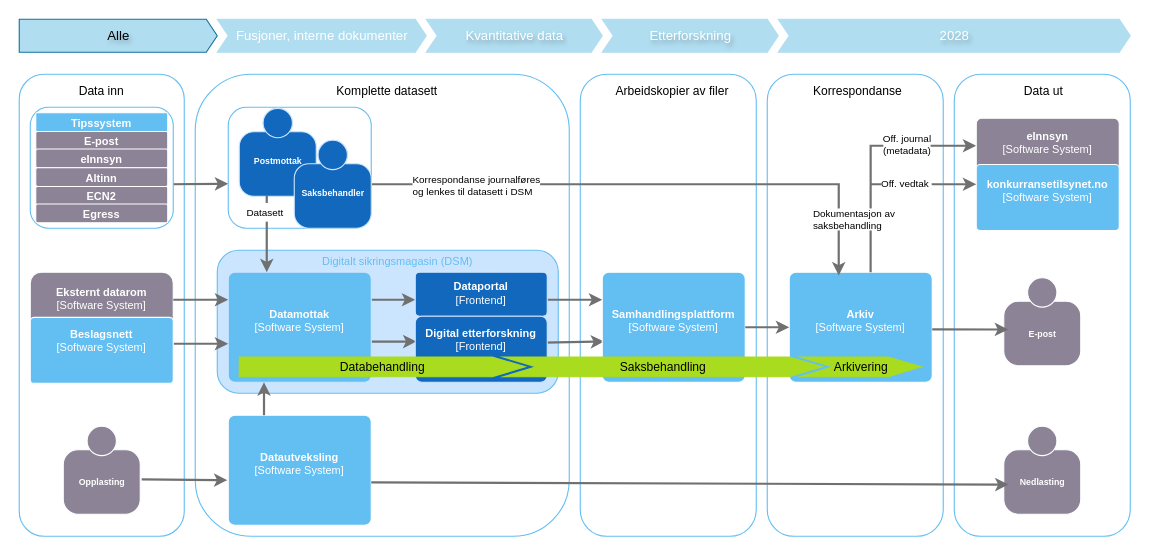
mortenee/draw.io keeps this draw.io diagram as page "2026 Alle" (1 of 8) of dataflyt.drawio. Above is the earlier version. Source tidied: cells renumbered, new cells numbered last; positions are measured from the earlier drawing's top-left corner, leaving out a move shared by most shapes. Both pictures are drawn from the tidied source at 110%, with x=0, y=0 at pixel (19, 19).
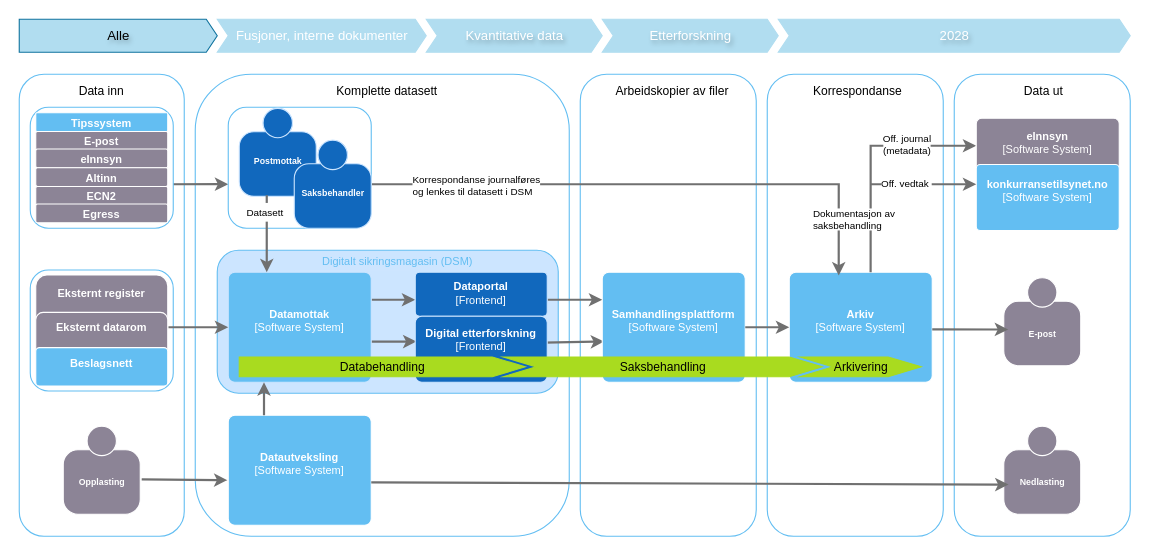
The same page after the edit.

The change refers to these unchanged cells:
```xml
<mxCell id="54" style="rounded=1;whiteSpace=wrap;html=1;labelBorderColor=none;shadow=0;strokeColor=#63BEF2;" parent="1" vertex="1">
  <mxGeometry x="190" y="80" width="130" height="110" as="geometry" />
</mxCell>
```

Change to the diagram source:
```diff
@@
+    <mxCell id="66" style="rounded=1;whiteSpace=wrap;html=1;labelBorderColor=none;shadow=0;strokeColor=#63BEF2;" parent="1" vertex="1">
+      <mxGeometry x="10" y="228" width="130" height="110" as="geometry" />
+    </mxCell>
@@
-    <object id="42" label="&lt;font&gt;&lt;b&gt;%c4Name%&lt;/b&gt;&lt;/font&gt;&lt;div&gt;[%c4Type%]&lt;/div&gt;&lt;br&gt;&lt;div&gt;&lt;font&gt;&lt;font color=&quot;#cccccc&quot;&gt;%c4Description%&lt;/font&gt;&lt;/font&gt;&lt;/div&gt;" c4Description="" c4Name="Eksternt datarom" c4Type="Software System" placeholders="1">
-      <mxCell style="rounded=1;whiteSpace=wrap;html=1;labelBackgroundColor=none;fillColor=#8C8496;fontColor=#ffffff;align=center;arcSize=10;strokeColor=#FFFFFF;points=[[0.25,0,0],[0.5,0,0],[0.75,0,0],[1,0.25,0],[1,0.5,0],[1,0.75,0],[0.75,1,0],[0.5,1,0],[0.25,1,0],[0,0.75,0],[0,0.5,0],[0,0.25,0]];spacingBottom=40;fontSize=10;" parent="1" vertex="1">
-        <mxGeometry x="10" y="230" width="130" height="100" as="geometry" />
-      </mxCell>
-    </object>
-    <mxCell id="43" style="edgeStyle=none;rounded=0;jettySize=auto;html=1;strokeColor=#707070;strokeWidth=2;fontColor=#707070;exitX=0.985;exitY=0.4;exitDx=0;exitDy=0;exitPerimeter=0;entryX=0;entryY=0.64;entryDx=0;entryDy=0;entryPerimeter=0;" parent="1" edge="1" source="44">
+    <mxCell id="43" style="edgeStyle=none;rounded=0;orthogonalLoop=1;jettySize=auto;html=1;strokeColor=#707070;strokeWidth=2;fontColor=#707070;exitX=0.985;exitY=0.4;exitDx=0;exitDy=0;exitPerimeter=0;entryX=0;entryY=0.64;entryDx=0;entryDy=0;entryPerimeter=0;" parent="1" edge="1">
       <mxGeometry relative="1" as="geometry">
-        <mxPoint x="190" y="295" as="targetPoint" />
+        <mxPoint x="88" y="280" as="sourcePoint" />
+        <mxPoint x="190" y="280" as="targetPoint" />
       </mxGeometry>
     </mxCell>
-    <object id="44" label="&lt;font&gt;&lt;b&gt;%c4Name%&lt;/b&gt;&lt;/font&gt;&lt;div&gt;[%c4Type%]&lt;/div&gt;&lt;br&gt;&lt;div&gt;&lt;font&gt;&lt;font color=&quot;#cccccc&quot;&gt;%c4Description%&lt;/font&gt;&lt;/font&gt;&lt;/div&gt;" c4Description="" c4Name="Beslagsnett" c4Type="Software System" placeholders="1">
-      <mxCell style="rounded=1;whiteSpace=wrap;html=1;labelBackgroundColor=none;fillColor=#63BEF2;fontColor=#ffffff;align=center;arcSize=6;strokeColor=#FFFFFF;points=[[0.25,0,0],[0.5,0,0],[0.75,0,0],[1,0.25,0],[1,0.5,0],[1,0.75,0],[0.75,1,0],[0.5,1,0],[0.25,1,0],[0,0.75,0],[0,0.5,0],[0,0.25,0]];verticalAlign=middle;fontFamily=Helvetica;fontSize=10;spacingBottom=6;" parent="1" vertex="1">
-        <mxGeometry x="10" y="271" width="130" height="60" as="geometry" />
-      </mxCell>
-    </object>
-    <mxCell id="45" style="edgeStyle=none;rounded=0;jettySize=auto;html=1;strokeColor=#707070;strokeWidth=2;fontColor=#707070;entryX=0;entryY=0.25;entryDx=0;entryDy=0;entryPerimeter=0;exitX=1;exitY=0.25;exitDx=0;exitDy=0;exitPerimeter=0;" parent="1" edge="1" source="42">
-      <mxGeometry relative="1" as="geometry">
-        <mxPoint x="190" y="255" as="targetPoint" />
-      </mxGeometry>
-    </mxCell>
-    <mxCell id="46" style="edgeStyle=none;rounded=0;jettySize=auto;html=1;strokeColor=#707070;strokeWidth=2;fontColor=#707070;entryX=0;entryY=0.632;entryDx=0;entryDy=0;entryPerimeter=0;exitX=0.969;exitY=0.618;exitDx=0;exitDy=0;exitPerimeter=0;" parent="1" edge="1" target="54">
+    <mxCell id="46" style="edgeStyle=none;rounded=0;jettySize=auto;html=1;strokeColor=#707070;strokeWidth=2;fontColor=#707070;exitX=0.969;exitY=0.618;exitDx=0;exitDy=0;exitPerimeter=0;entryX=0;entryY=0.636;entryDx=0;entryDy=0;entryPerimeter=0;" parent="1" edge="1" target="54">
       <mxGeometry relative="1" as="geometry">
         <mxPoint x="136" y="150" as="sourcePoint" />
       </mxGeometry>
     </mxCell>
@@
+    <object id="67" label="&lt;b&gt;%c4Name%&lt;/b&gt;&lt;div&gt;%c4Description%&lt;/div&gt;" c4Description="" c4Name="Eksternt register" placeholders="1">
+      <mxCell style="rounded=1;whiteSpace=wrap;html=1;labelBackgroundColor=none;fillColor=#8C8496;fontColor=#ffffff;align=center;arcSize=10;strokeColor=#FFFFFF;spacingBottom=68;fontSize=10;spacingTop=0;" parent="1" vertex="1">
+        <mxGeometry x="15" y="232.5" width="120" height="101" as="geometry" />
+      </mxCell>
+    </object>
+    <object id="68" label="&lt;b&gt;%c4Name%&lt;/b&gt;&lt;div&gt;%c4Description%&lt;/div&gt;" c4Description="" c4Name="Eksternt datarom" placeholders="1">
+      <mxCell style="rounded=1;whiteSpace=wrap;html=1;labelBackgroundColor=none;fillColor=#8C8496;fontColor=#ffffff;align=center;arcSize=10;strokeColor=#FFFFFF;spacingBottom=40;fontSize=10;" parent="1" vertex="1">
+        <mxGeometry x="15" y="266.5" width="120" height="67" as="geometry" />
+      </mxCell>
+    </object>
+    <object id="69" label="&lt;b&gt;%c4Name%&lt;/b&gt;&lt;div&gt;%c4Description%&lt;/div&gt;" c4Description="" c4Name="Beslagsnett" placeholders="1">
+      <mxCell style="rounded=1;whiteSpace=wrap;html=1;labelBackgroundColor=none;fillColor=#63BEF2;fontColor=#ffffff;align=center;arcSize=10;strokeColor=#FFFFFF;verticalAlign=middle;fontFamily=Helvetica;fontSize=10;spacingBottom=6;" parent="1" vertex="1">
+        <mxGeometry x="15" y="298.5" width="120" height="35" as="geometry" />
+      </mxCell>
+    </object>
```
